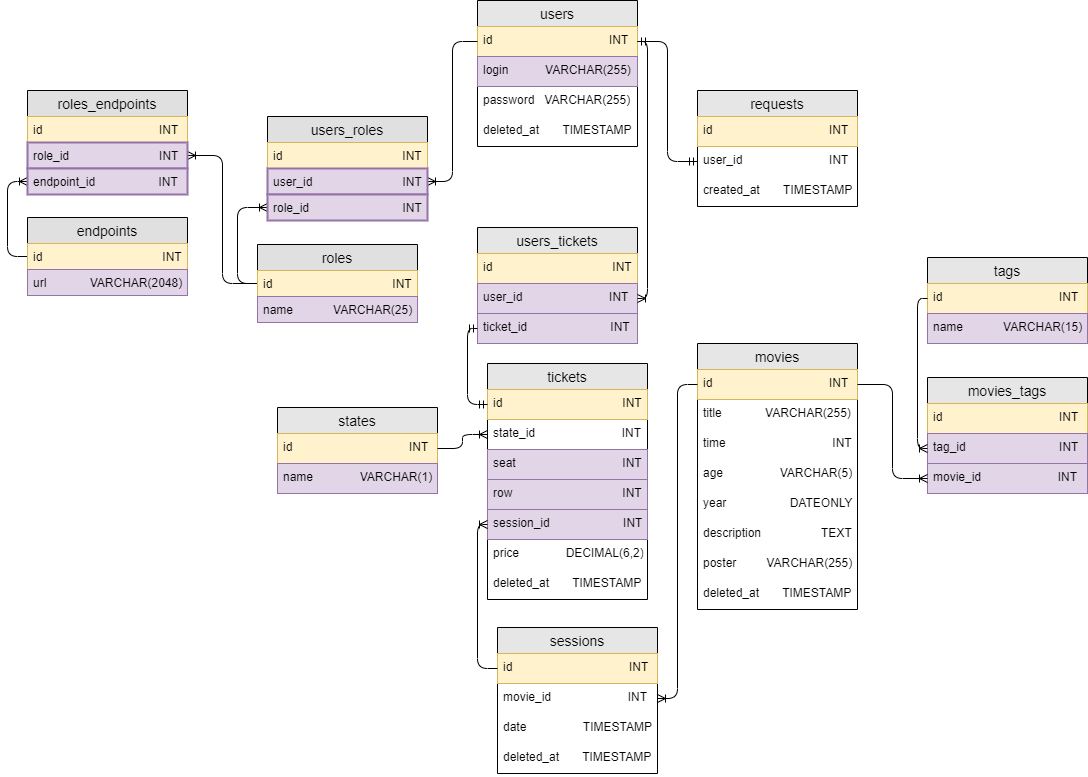
Before: database/sql/schema_db.png, a diagram exported from draw.io (PaulineHK/NodeJS). Source tidied: cells renumbered, new cells last; positions are measured from the earlier drawing's top-left corner, leaving out a move shared by most shapes.
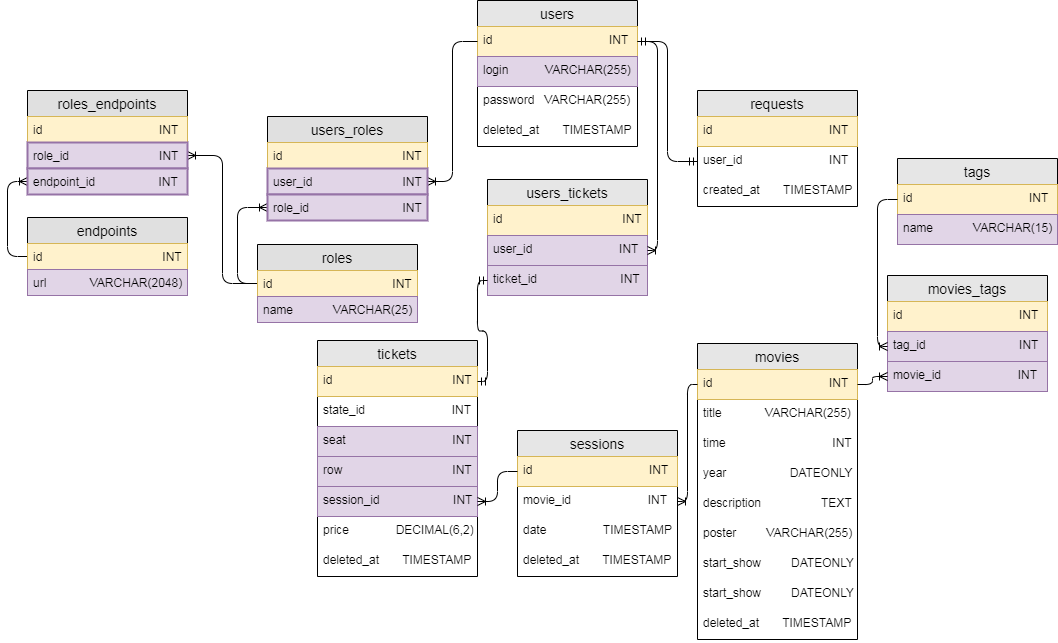
After the commit.

What changed in the source:
```diff
@@ -7,5 +7,5 @@
     </mxCell>
-    <mxCell id="3" value="id                                   INT" style="text;strokeColor=#d6b656;fillColor=#fff2cc;spacingLeft=4;spacingRight=4;overflow=hidden;points=[[0,0.5],[1,0.5]];portConstraint=eastwest;fontSize=12;" parent="2" vertex="1">
-      <mxGeometry y="26" width="160" height="30" as="geometry" />
-    </mxCell>
+    <mxCell id="73" value="id                                   INT" style="text;strokeColor=#d6b656;fillColor=#fff2cc;spacingLeft=4;spacingRight=4;overflow=hidden;points=[[0,0.5],[1,0.5]];portConstraint=eastwest;fontSize=12;" parent="2" vertex="1">
+      <mxGeometry y="26" width="160" height="30" as="geometry" />
+    </mxCell>
     <mxCell id="4" value="login           VARCHAR(255)" style="text;strokeColor=#9673a6;fillColor=#e1d5e7;spacingLeft=4;spacingRight=4;overflow=hidden;fontSize=12;" parent="2" vertex="1">
@@ -20,7 +20,7 @@
     <mxCell id="7" value="movies" style="swimlane;fontStyle=0;horizontal=1;startSize=26;align=center;fontSize=14;swimlaneFillColor=#ffffff;fillColor=#E6E6E6;" parent="1" vertex="1">
-      <mxGeometry x="670" y="343" width="160" height="266" as="geometry" />
+      <mxGeometry x="670" y="343" width="160" height="296" as="geometry" />
     </mxCell>
-    <mxCell id="8" value="id                                   INT" style="text;strokeColor=#d6b656;fillColor=#fff2cc;spacingLeft=4;spacingRight=4;overflow=hidden;points=[[0,0.5],[1,0.5]];portConstraint=eastwest;fontSize=12;" parent="7" vertex="1">
-      <mxGeometry y="26" width="160" height="30" as="geometry" />
-    </mxCell>
+    <mxCell id="74" value="id                                   INT" style="text;strokeColor=#d6b656;fillColor=#fff2cc;spacingLeft=4;spacingRight=4;overflow=hidden;points=[[0,0.5],[1,0.5]];portConstraint=eastwest;fontSize=12;" parent="7" vertex="1">
+      <mxGeometry y="26" width="160" height="30" as="geometry" />
+    </mxCell>
     <mxCell id="9" value="title             VARCHAR(255)" style="text;strokeColor=none;fillColor=none;spacingLeft=4;spacingRight=4;overflow=hidden;fontSize=12;" parent="7" vertex="1">
@@ -31,23 +31,26 @@
     </mxCell>
-    <mxCell id="11" value="age                 VARCHAR(5)" style="text;strokeColor=none;fillColor=none;spacingLeft=4;spacingRight=4;overflow=hidden;fontSize=12;" parent="7" vertex="1">
-      <mxGeometry y="116" width="160" height="30" as="geometry" />
-    </mxCell>
     <mxCell id="12" value="year                   DATEONLY" style="text;strokeColor=none;fillColor=none;spacingLeft=4;spacingRight=4;overflow=hidden;fontSize=12;" parent="7" vertex="1">
-      <mxGeometry y="146" width="160" height="30" as="geometry" />
+      <mxGeometry y="116" width="160" height="30" as="geometry" />
     </mxCell>
     <mxCell id="13" value="description                  TEXT" style="text;strokeColor=none;fillColor=none;spacingLeft=4;spacingRight=4;overflow=hidden;fontSize=12;" parent="7" vertex="1">
-      <mxGeometry y="176" width="160" height="30" as="geometry" />
+      <mxGeometry y="146" width="160" height="30" as="geometry" />
     </mxCell>
     <mxCell id="14" value="poster         VARCHAR(255)" style="text;strokeColor=none;fillColor=none;spacingLeft=4;spacingRight=4;overflow=hidden;fontSize=12;" parent="7" vertex="1">
-      <mxGeometry y="206" width="160" height="30" as="geometry" />
+      <mxGeometry y="176" width="160" height="30" as="geometry" />
     </mxCell>
+    <mxCell id="75" value="start_show         DATEONLY" style="text;strokeColor=none;fillColor=none;spacingLeft=4;spacingRight=4;overflow=hidden;fontSize=12;" parent="7" vertex="1">
+      <mxGeometry y="206" width="160" height="30" as="geometry" />
+    </mxCell>
+    <mxCell id="76" value="start_show         DATEONLY" style="text;strokeColor=none;fillColor=none;spacingLeft=4;spacingRight=4;overflow=hidden;fontSize=12;" parent="7" vertex="1">
+      <mxGeometry y="236" width="160" height="30" as="geometry" />
+    </mxCell>
     <mxCell id="15" value="deleted_at       TIMESTAMP" style="text;strokeColor=none;fillColor=none;spacingLeft=4;spacingRight=4;overflow=hidden;fontSize=12;" parent="7" vertex="1">
-      <mxGeometry y="236" width="160" height="30" as="geometry" />
+      <mxGeometry y="266" width="160" height="30" as="geometry" />
     </mxCell>
     <mxCell id="16" value="tags" style="swimlane;fontStyle=0;horizontal=1;startSize=26;align=center;fontSize=14;swimlaneFillColor=#ffffff;fillColor=#E6E6E6;" parent="1" vertex="1">
-      <mxGeometry x="900" y="257" width="160" height="86" as="geometry" />
+      <mxGeometry x="870" y="158" width="160" height="86" as="geometry" />
     </mxCell>
-    <mxCell id="17" value="id                                   INT" style="text;strokeColor=#d6b656;fillColor=#fff2cc;spacingLeft=4;spacingRight=4;overflow=hidden;points=[[0,0.5],[1,0.5]];portConstraint=eastwest;fontSize=12;" parent="16" vertex="1">
-      <mxGeometry y="26" width="160" height="30" as="geometry" />
-    </mxCell>
+    <mxCell id="77" value="id                                   INT" style="text;strokeColor=#d6b656;fillColor=#fff2cc;spacingLeft=4;spacingRight=4;overflow=hidden;points=[[0,0.5],[1,0.5]];portConstraint=eastwest;fontSize=12;" parent="16" vertex="1">
+      <mxGeometry y="26" width="160" height="30" as="geometry" />
+    </mxCell>
     <mxCell id="18" value="name            VARCHAR(15)" style="text;strokeColor=#9673a6;fillColor=#e1d5e7;spacingLeft=4;spacingRight=4;overflow=hidden;fontSize=12;" parent="16" vertex="1">
@@ -56,7 +59,7 @@
     <mxCell id="19" value="movies_tags" style="swimlane;fontStyle=0;horizontal=1;startSize=26;align=center;fontSize=14;swimlaneFillColor=#ffffff;fillColor=#E6E6E6;" parent="1" vertex="1">
-      <mxGeometry x="900" y="377" width="160" height="116" as="geometry" />
+      <mxGeometry x="860" y="275" width="160" height="116" as="geometry" />
     </mxCell>
-    <mxCell id="20" value="id                                   INT" style="text;strokeColor=#d6b656;fillColor=#fff2cc;spacingLeft=4;spacingRight=4;overflow=hidden;fontSize=12;" parent="19" vertex="1">
-      <mxGeometry y="26" width="160" height="30" as="geometry" />
-    </mxCell>
+    <mxCell id="78" value="id                                   INT" style="text;strokeColor=#d6b656;fillColor=#fff2cc;spacingLeft=4;spacingRight=4;overflow=hidden;fontSize=12;" parent="19" vertex="1">
+      <mxGeometry y="26" width="160" height="30" as="geometry" />
+    </mxCell>
     <mxCell id="21" value="tag_id                            INT" style="text;strokeColor=#9673a6;fillColor=#e1d5e7;spacingLeft=4;spacingRight=4;overflow=hidden;points=[[0,0.5],[1,0.5]];portConstraint=eastwest;fontSize=12;" parent="19" vertex="1">
@@ -68,7 +71,7 @@
     <mxCell id="23" value="tickets" style="swimlane;fontStyle=0;horizontal=1;startSize=26;align=center;fontSize=14;swimlaneFillColor=#ffffff;fillColor=#E6E6E6;" parent="1" vertex="1">
-      <mxGeometry x="460" y="363" width="160" height="236" as="geometry" />
+      <mxGeometry x="290" y="340" width="160" height="236" as="geometry" />
     </mxCell>
-    <mxCell id="24" value="id                                    INT" style="text;strokeColor=#d6b656;fillColor=#fff2cc;spacingLeft=4;spacingRight=4;overflow=hidden;points=[[0,0.5],[1,0.5]];portConstraint=eastwest;fontSize=12;" parent="23" vertex="1">
-      <mxGeometry y="26" width="160" height="30" as="geometry" />
-    </mxCell>
+    <mxCell id="79" value="id                                    INT" style="text;strokeColor=#d6b656;fillColor=#fff2cc;spacingLeft=4;spacingRight=4;overflow=hidden;points=[[0,0.5],[1,0.5]];portConstraint=eastwest;fontSize=12;" parent="23" vertex="1">
+      <mxGeometry y="26" width="160" height="30" as="geometry" />
+    </mxCell>
     <mxCell id="25" value="state_id                          INT" style="text;strokeColor=none;fillColor=none;spacingLeft=4;spacingRight=4;overflow=hidden;points=[[0,0.5],[1,0.5]];portConstraint=eastwest;fontSize=12;align=left;" parent="23" vertex="1">
@@ -91,23 +94,23 @@
     </mxCell>
-    <mxCell id="31" style="edgeStyle=orthogonalEdgeStyle;fontSize=12;html=1;endArrow=ERoneToMany;entryX=0;entryY=0.5;entryDx=0;entryDy=0;exitX=1;exitY=0.5;exitDx=0;exitDy=0;" parent="1" edge="1" source="8" target="22">
-      <mxGeometry relative="1" as="geometry" />
-    </mxCell>
-    <mxCell id="32" style="edgeStyle=orthogonalEdgeStyle;fontSize=12;html=1;endArrow=ERoneToMany;entryX=0;entryY=0.5;entryDx=0;entryDy=0;exitX=0;exitY=0.5;exitDx=0;exitDy=0;" parent="1" edge="1" source="17" target="21">
-      <mxGeometry relative="1" as="geometry" />
-    </mxCell>
-    <mxCell id="33" style="edgeStyle=orthogonalEdgeStyle;fontSize=12;html=1;endArrow=ERoneToMany;entryX=1;entryY=0.5;entryDx=0;entryDy=0;exitX=0;exitY=0.5;exitDx=0;exitDy=0;" parent="1" edge="1" source="8" target="60">
-      <mxGeometry relative="1" as="geometry" />
-    </mxCell>
-    <mxCell id="34" style="edgeStyle=orthogonalEdgeStyle;rounded=1;jettySize=auto;html=1;exitX=0;exitY=0.5;exitDx=0;exitDy=0;entryX=1;entryY=0.5;entryDx=0;entryDy=0;endArrow=ERoneToMany;endFill=0;" parent="1" edge="1" source="3" target="50">
-      <mxGeometry relative="1" as="geometry" />
-    </mxCell>
-    <mxCell id="35" style="edgeStyle=orthogonalEdgeStyle;rounded=1;jettySize=auto;html=1;exitX=0;exitY=0.5;exitDx=0;exitDy=0;entryX=0;entryY=0.5;entryDx=0;entryDy=0;endArrow=ERoneToMany;endFill=0;" parent="1" edge="1" source="46" target="51">
-      <mxGeometry relative="1" as="geometry" />
-    </mxCell>
-    <mxCell id="36" style="edgeStyle=orthogonalEdgeStyle;rounded=1;jettySize=auto;html=1;exitX=0;exitY=0.5;exitDx=0;exitDy=0;entryX=1;entryY=0.5;entryDx=0;entryDy=0;endArrow=ERoneToMany;endFill=0;jumpStyle=none;" parent="1" edge="1" source="46" target="43">
-      <mxGeometry relative="1" as="geometry" />
-    </mxCell>
-    <mxCell id="37" style="edgeStyle=orthogonalEdgeStyle;rounded=1;jettySize=auto;html=1;exitX=0;exitY=0.5;exitDx=0;exitDy=0;entryX=0;entryY=0.5;entryDx=0;entryDy=0;endArrow=ERoneToMany;endFill=0;" parent="1" edge="1" source="39" target="44">
-      <mxGeometry relative="1" as="geometry" />
-    </mxCell>
+    <mxCell id="80" style="edgeStyle=orthogonalEdgeStyle;fontSize=12;html=1;endArrow=ERoneToMany;entryX=0;entryY=0.5;entryDx=0;entryDy=0;exitX=1;exitY=0.5;exitDx=0;exitDy=0;" parent="1" edge="1" source="74" target="22">
+      <mxGeometry relative="1" as="geometry" />
+    </mxCell>
+    <mxCell id="81" style="edgeStyle=orthogonalEdgeStyle;fontSize=12;html=1;endArrow=ERoneToMany;entryX=0;entryY=0.5;entryDx=0;entryDy=0;exitX=0;exitY=0.5;exitDx=0;exitDy=0;" parent="1" edge="1" source="77" target="21">
+      <mxGeometry relative="1" as="geometry" />
+    </mxCell>
+    <mxCell id="82" style="edgeStyle=orthogonalEdgeStyle;fontSize=12;html=1;endArrow=ERoneToMany;entryX=1;entryY=0.5;entryDx=0;entryDy=0;exitX=0;exitY=0.5;exitDx=0;exitDy=0;" parent="1" edge="1" source="74" target="60">
+      <mxGeometry relative="1" as="geometry" />
+    </mxCell>
+    <mxCell id="83" style="edgeStyle=orthogonalEdgeStyle;rounded=1;jettySize=auto;html=1;exitX=0;exitY=0.5;exitDx=0;exitDy=0;entryX=1;entryY=0.5;entryDx=0;entryDy=0;endArrow=ERoneToMany;endFill=0;" parent="1" edge="1" source="73" target="50">
+      <mxGeometry relative="1" as="geometry" />
+    </mxCell>
+    <mxCell id="84" style="edgeStyle=orthogonalEdgeStyle;rounded=1;jettySize=auto;html=1;exitX=0;exitY=0.5;exitDx=0;exitDy=0;entryX=0;entryY=0.5;entryDx=0;entryDy=0;endArrow=ERoneToMany;endFill=0;" parent="1" edge="1" source="88" target="51">
+      <mxGeometry relative="1" as="geometry" />
+    </mxCell>
+    <mxCell id="85" style="edgeStyle=orthogonalEdgeStyle;rounded=1;jettySize=auto;html=1;exitX=0;exitY=0.5;exitDx=0;exitDy=0;entryX=1;entryY=0.5;entryDx=0;entryDy=0;endArrow=ERoneToMany;endFill=0;jumpStyle=none;" parent="1" edge="1" source="88" target="43">
+      <mxGeometry relative="1" as="geometry" />
+    </mxCell>
+    <mxCell id="86" style="edgeStyle=orthogonalEdgeStyle;rounded=1;jettySize=auto;html=1;exitX=0;exitY=0.5;exitDx=0;exitDy=0;entryX=0;entryY=0.5;entryDx=0;entryDy=0;endArrow=ERoneToMany;endFill=0;" parent="1" edge="1" source="87" target="44">
+      <mxGeometry relative="1" as="geometry" />
+    </mxCell>
     <mxCell id="38" value="endpoints" style="swimlane;fontStyle=0;horizontal=1;startSize=26;fillColor=#e0e0e0;swimlaneFillColor=#ffffff;align=center;fontSize=14;" parent="1" vertex="1">
@@ -115,5 +118,5 @@
     </mxCell>
-    <mxCell id="39" value="id                                    INT" style="text;strokeColor=#d6b656;fillColor=#fff2cc;spacingLeft=4;spacingRight=4;overflow=hidden;points=[[0,0.5],[1,0.5]];portConstraint=eastwest;fontSize=12;" parent="38" vertex="1">
-      <mxGeometry y="26" width="160" height="26" as="geometry" />
-    </mxCell>
+    <mxCell id="87" value="id                                    INT" style="text;strokeColor=#d6b656;fillColor=#fff2cc;spacingLeft=4;spacingRight=4;overflow=hidden;points=[[0,0.5],[1,0.5]];portConstraint=eastwest;fontSize=12;" parent="38" vertex="1">
+      <mxGeometry y="26" width="160" height="26" as="geometry" />
+    </mxCell>
     <mxCell id="40" value="url             VARCHAR(2048)" style="text;strokeColor=#9673a6;fillColor=#e1d5e7;spacingLeft=4;spacingRight=4;overflow=hidden;fontSize=12;gradientDirection=west;" parent="38" vertex="1">
@@ -136,5 +139,5 @@
     </mxCell>
-    <mxCell id="46" value="id                                    INT" style="text;strokeColor=#d6b656;fillColor=#fff2cc;spacingLeft=4;spacingRight=4;overflow=hidden;points=[[0,0.5],[1,0.5]];portConstraint=eastwest;fontSize=12;" parent="45" vertex="1">
-      <mxGeometry y="26" width="160" height="26" as="geometry" />
-    </mxCell>
+    <mxCell id="88" value="id                                    INT" style="text;strokeColor=#d6b656;fillColor=#fff2cc;spacingLeft=4;spacingRight=4;overflow=hidden;points=[[0,0.5],[1,0.5]];portConstraint=eastwest;fontSize=12;" parent="45" vertex="1">
+      <mxGeometry y="26" width="160" height="26" as="geometry" />
+    </mxCell>
     <mxCell id="47" value="name            VARCHAR(25)" style="text;strokeColor=#9673a6;fillColor=#e1d5e7;spacingLeft=4;spacingRight=4;overflow=hidden;fontSize=12;" parent="45" vertex="1">
@@ -145,5 +148,5 @@
     </mxCell>
-    <mxCell id="49" value="id                                    INT" style="text;strokeColor=#d6b656;fillColor=#fff2cc;spacingLeft=4;spacingRight=4;overflow=hidden;fontSize=12;" parent="48" vertex="1">
-      <mxGeometry y="26" width="160" height="26" as="geometry" />
-    </mxCell>
+    <mxCell id="89" value="id                                    INT" style="text;strokeColor=#d6b656;fillColor=#fff2cc;spacingLeft=4;spacingRight=4;overflow=hidden;fontSize=12;" parent="48" vertex="1">
+      <mxGeometry y="26" width="160" height="26" as="geometry" />
+    </mxCell>
     <mxCell id="50" value="user_id                           INT" style="text;strokeColor=#9673a6;fillColor=#e1d5e7;spacingLeft=4;spacingRight=4;overflow=hidden;points=[[0,0.5],[1,0.5]];portConstraint=eastwest;fontSize=12;strokeWidth=2;gradientDirection=west;" parent="48" vertex="1">
@@ -155,7 +158,7 @@
     <mxCell id="52" value="users_tickets" style="swimlane;fontStyle=0;horizontal=1;startSize=26;align=center;fontSize=14;swimlaneFillColor=#ffffff;fillColor=#E6E6E6;" parent="1" vertex="1">
-      <mxGeometry x="450" y="227" width="160" height="116" as="geometry" />
+      <mxGeometry x="460" y="179" width="160" height="116" as="geometry" />
     </mxCell>
-    <mxCell id="53" value="id                                    INT" style="text;strokeColor=#d6b656;fillColor=#fff2cc;spacingLeft=4;spacingRight=4;overflow=hidden;fontSize=12;" parent="52" vertex="1">
-      <mxGeometry y="26" width="160" height="30" as="geometry" />
-    </mxCell>
+    <mxCell id="90" value="id                                    INT" style="text;strokeColor=#d6b656;fillColor=#fff2cc;spacingLeft=4;spacingRight=4;overflow=hidden;fontSize=12;" parent="52" vertex="1">
+      <mxGeometry y="26" width="160" height="30" as="geometry" />
+    </mxCell>
     <mxCell id="54" value="user_id                          INT" style="text;spacingLeft=4;spacingRight=4;overflow=hidden;points=[[0,0.5],[1,0.5]];portConstraint=eastwest;fontSize=12;fillColor=#e1d5e7;strokeColor=#9673a6;" parent="52" vertex="1">
@@ -166,14 +169,14 @@
     </mxCell>
-    <mxCell id="56" style="edgeStyle=orthogonalEdgeStyle;fontSize=12;html=1;endArrow=ERoneToMany;entryX=1;entryY=0.5;entryDx=0;entryDy=0;exitX=1;exitY=0.5;exitDx=0;exitDy=0;" parent="1" edge="1" source="3" target="54">
-      <mxGeometry relative="1" as="geometry" />
-    </mxCell>
-    <mxCell id="57" style="edgeStyle=orthogonalEdgeStyle;fontSize=12;html=1;endArrow=ERmandOne;startArrow=ERmandOne;exitX=0;exitY=0.5;exitDx=0;exitDy=0;entryX=0;entryY=0.5;entryDx=0;entryDy=0;" parent="1" edge="1" source="24" target="55">
-      <mxGeometry relative="1" as="geometry" />
-    </mxCell>
+    <mxCell id="91" style="edgeStyle=orthogonalEdgeStyle;fontSize=12;html=1;endArrow=ERoneToMany;entryX=1;entryY=0.5;entryDx=0;entryDy=0;exitX=1;exitY=0.5;exitDx=0;exitDy=0;" parent="1" edge="1" source="73" target="54">
+      <mxGeometry relative="1" as="geometry" />
+    </mxCell>
+    <mxCell id="92" style="edgeStyle=orthogonalEdgeStyle;fontSize=12;html=1;endArrow=ERmandOne;startArrow=ERmandOne;exitX=1;exitY=0.5;exitDx=0;exitDy=0;entryX=0;entryY=0.5;entryDx=0;entryDy=0;" parent="1" edge="1" source="79" target="55">
+      <mxGeometry relative="1" as="geometry" />
+    </mxCell>
     <mxCell id="58" value="sessions" style="swimlane;fontStyle=0;horizontal=1;startSize=26;align=center;fontSize=14;swimlaneFillColor=#ffffff;fillColor=#E6E6E6;" parent="1" vertex="1">
-      <mxGeometry x="470" y="627" width="160" height="146" as="geometry" />
+      <mxGeometry x="490" y="430" width="160" height="146" as="geometry" />
     </mxCell>
-    <mxCell id="59" value="id                                   INT" style="text;strokeColor=#d6b656;fillColor=#fff2cc;spacingLeft=4;spacingRight=4;overflow=hidden;points=[[0,0.5],[1,0.5]];portConstraint=eastwest;fontSize=12;" parent="58" vertex="1">
-      <mxGeometry y="26" width="160" height="30" as="geometry" />
-    </mxCell>
+    <mxCell id="93" value="id                                   INT" style="text;strokeColor=#d6b656;fillColor=#fff2cc;spacingLeft=4;spacingRight=4;overflow=hidden;points=[[0,0.5],[1,0.5]];portConstraint=eastwest;fontSize=12;" parent="58" vertex="1">
+      <mxGeometry y="26" width="160" height="30" as="geometry" />
+    </mxCell>
     <mxCell id="60" value="movie_id                       INT" style="text;strokeColor=none;fillColor=none;spacingLeft=4;spacingRight=4;overflow=hidden;points=[[0,0.5],[1,0.5]];portConstraint=eastwest;fontSize=12;" parent="58" vertex="1">
@@ -187,17 +190,5 @@
     </mxCell>
-    <mxCell id="63" style="edgeStyle=orthogonalEdgeStyle;fontSize=12;html=1;endArrow=ERoneToMany;exitX=0;exitY=0.5;exitDx=0;exitDy=0;entryX=0;entryY=0.5;entryDx=0;entryDy=0;" parent="1" edge="1" source="59" target="28">
-      <mxGeometry relative="1" as="geometry" />
-    </mxCell>
-    <mxCell id="64" value="states" style="swimlane;fontStyle=0;horizontal=1;startSize=26;align=center;fontSize=14;fillColor=#E6E6E6;swimlaneFillColor=#ffffff;" parent="1" vertex="1">
-      <mxGeometry x="250" y="407" width="160" height="86" as="geometry" />
-    </mxCell>
-    <mxCell id="65" value="id                                   INT" style="text;strokeColor=#d6b656;fillColor=#fff2cc;spacingLeft=4;spacingRight=4;overflow=hidden;points=[[0,0.5],[1,0.5]];portConstraint=eastwest;fontSize=12;" parent="64" vertex="1">
-      <mxGeometry y="26" width="160" height="30" as="geometry" />
-    </mxCell>
-    <mxCell id="66" value="name              VARCHAR(1)" style="text;strokeColor=#9673a6;fillColor=#e1d5e7;spacingLeft=4;spacingRight=4;overflow=hidden;fontSize=12;" parent="64" vertex="1">
-      <mxGeometry y="56" width="160" height="30" as="geometry" />
-    </mxCell>
-    <mxCell id="67" style="edgeStyle=orthogonalEdgeStyle;fontSize=12;html=1;endArrow=ERoneToMany;exitX=1;exitY=0.5;exitDx=0;exitDy=0;entryX=0;entryY=0.5;entryDx=0;entryDy=0;" parent="1" edge="1" source="65" target="25">
-      <mxGeometry relative="1" as="geometry" />
-    </mxCell>
+    <mxCell id="94" style="edgeStyle=orthogonalEdgeStyle;fontSize=12;html=1;endArrow=ERoneToMany;exitX=0;exitY=0.5;exitDx=0;exitDy=0;entryX=1;entryY=0.5;entryDx=0;entryDy=0;" parent="1" edge="1" source="93" target="28">
+      <mxGeometry relative="1" as="geometry" />
+    </mxCell>
     <mxCell id="68" value="requests" style="swimlane;fontStyle=0;horizontal=1;startSize=26;align=center;fontSize=14;swimlaneFillColor=#ffffff;fillColor=#E6E6E6;" parent="1" vertex="1">
@@ -205,5 +196,5 @@
     </mxCell>
-    <mxCell id="69" value="id                                   INT" style="text;strokeColor=#d6b656;fillColor=#fff2cc;spacingLeft=4;spacingRight=4;overflow=hidden;fontSize=12;" parent="68" vertex="1">
-      <mxGeometry y="26" width="160" height="30" as="geometry" />
-    </mxCell>
+    <mxCell id="95" value="id                                   INT" style="text;strokeColor=#d6b656;fillColor=#fff2cc;spacingLeft=4;spacingRight=4;overflow=hidden;fontSize=12;" parent="68" vertex="1">
+      <mxGeometry y="26" width="160" height="30" as="geometry" />
+    </mxCell>
     <mxCell id="70" value="user_id                          INT" style="text;strokeColor=none;fillColor=none;spacingLeft=4;spacingRight=4;overflow=hidden;points=[[0,0.5],[1,0.5]];portConstraint=eastwest;fontSize=12;" parent="68" vertex="1">
@@ -214,5 +205,5 @@
     </mxCell>
-    <mxCell id="72" style="edgeStyle=orthogonalEdgeStyle;fontSize=12;html=1;endArrow=ERmandOne;startArrow=ERmandOne;exitX=1;exitY=0.5;exitDx=0;exitDy=0;entryX=0;entryY=0.5;entryDx=0;entryDy=0;" parent="1" edge="1" source="3" target="70">
-      <mxGeometry relative="1" as="geometry" />
-    </mxCell>
+    <mxCell id="96" style="edgeStyle=orthogonalEdgeStyle;fontSize=12;html=1;endArrow=ERmandOne;startArrow=ERmandOne;exitX=1;exitY=0.5;exitDx=0;exitDy=0;entryX=0;entryY=0.5;entryDx=0;entryDy=0;" parent="1" edge="1" source="73" target="70">
+      <mxGeometry relative="1" as="geometry" />
+    </mxCell>
   </root>
```
